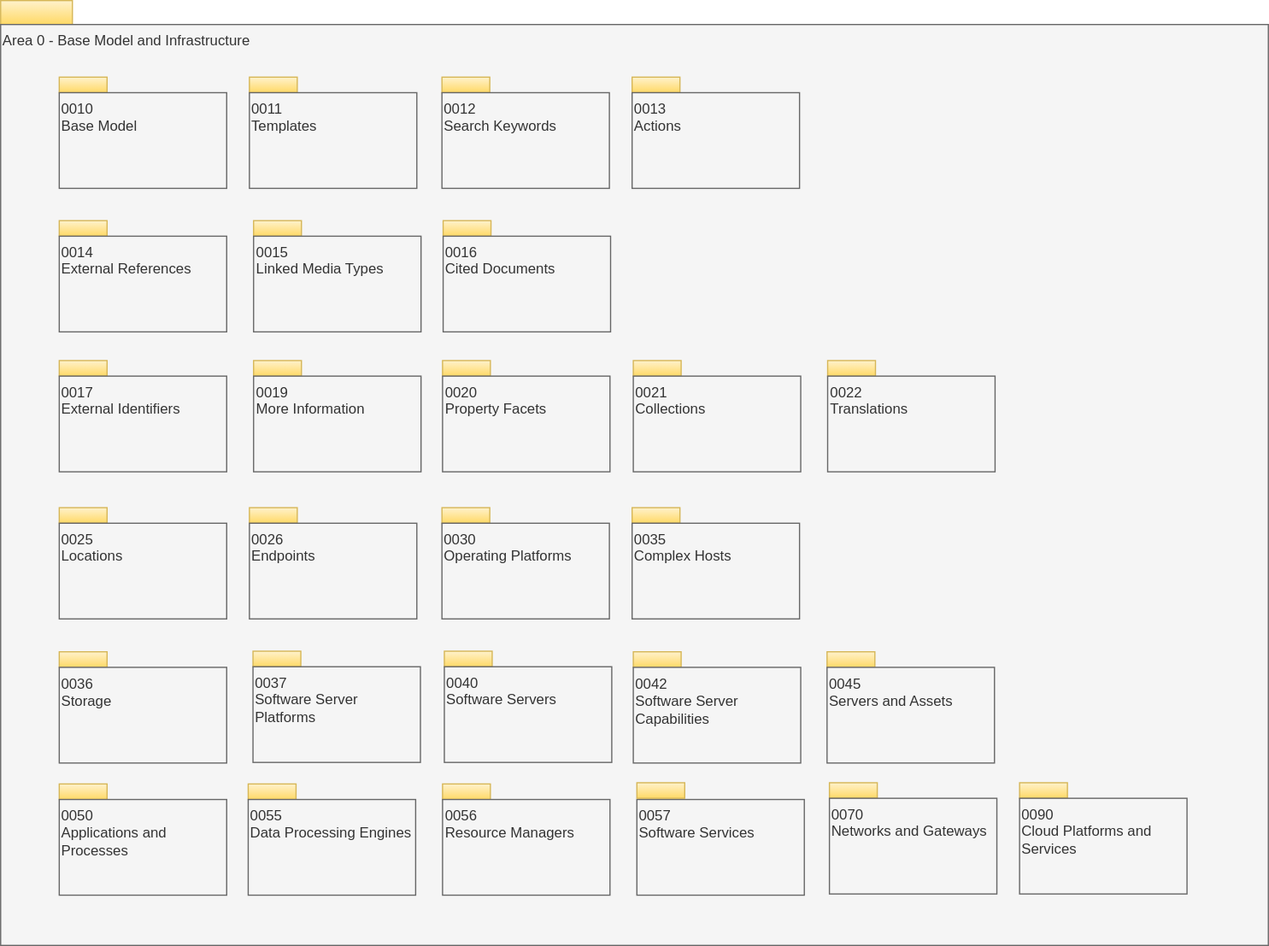
The draw.io diagram site/docs/types/0/area-0-basic-types-and-infrastructure-overview.svg in odpi/egeria-docs, before a commit. Source tidied: cells renumbered, new cells last; positions are measured from the earlier drawing's top-left corner, leaving out a move shared by most shapes.
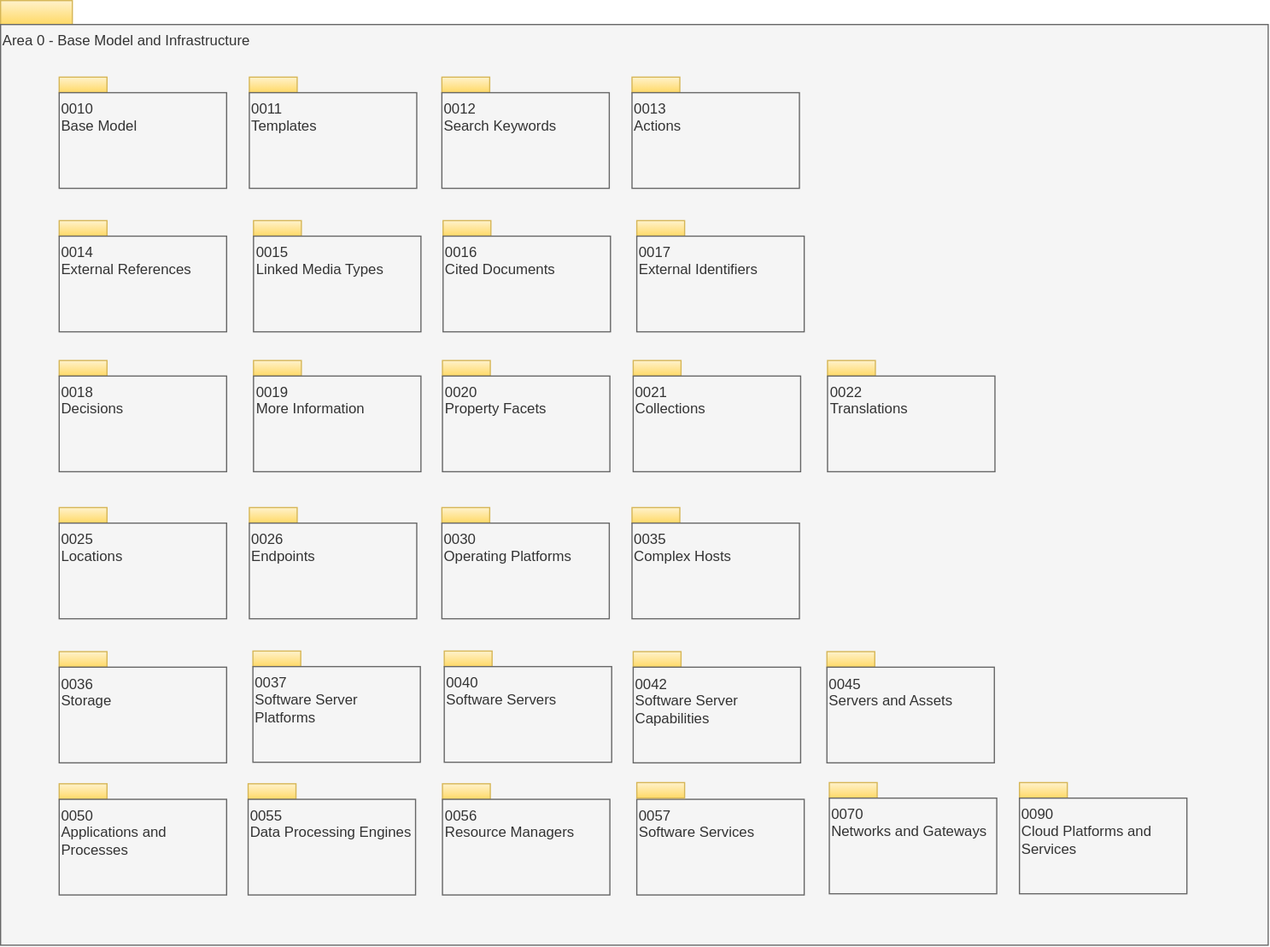
Later version of the same file.

What changed in the source:
```diff
@@ -23,7 +23,7 @@
     <mxCell id="8" style="rounded=0;whiteSpace=wrap;html=1;align=left;fillColor=#fff2cc;strokeColor=#d6b656;gradientColor=#ffd966;" parent="1" vertex="1">
       <mxGeometry x="49" y="301" width="40" height="13" as="geometry" />
     </mxCell>
-    <mxCell id="9" value="0017&lt;br&gt;External Identifiers&lt;br&gt;" style="rounded=0;whiteSpace=wrap;html=1;align=left;verticalAlign=top;fillColor=#f5f5f5;fontColor=#333333;strokeColor=#666666;" parent="1" vertex="1">
+    <mxCell id="9" value="0018&lt;br&gt;Decisions" style="rounded=0;whiteSpace=wrap;html=1;align=left;verticalAlign=top;fillColor=#f5f5f5;fontColor=#333333;strokeColor=#666666;" parent="1" vertex="1">
       <mxGeometry x="49" y="314" width="140" height="80" as="geometry" />
     </mxCell>
     <mxCell id="10" style="rounded=0;whiteSpace=wrap;html=1;align=left;fillColor=#fff2cc;strokeColor=#d6b656;gradientColor=#ffd966;" parent="1" vertex="1">
@@ -170,5 +170,11 @@
     <mxCell id="57" value="0013&lt;br&gt;Actions" style="rounded=0;whiteSpace=wrap;html=1;align=left;verticalAlign=top;fillColor=#f5f5f5;fontColor=#333333;strokeColor=#666666;" parent="1" vertex="1">
       <mxGeometry x="528" y="77" width="140" height="80" as="geometry" />
     </mxCell>
+    <mxCell id="58" style="rounded=0;whiteSpace=wrap;html=1;align=left;fillColor=#fff2cc;strokeColor=#d6b656;gradientColor=#ffd966;" parent="1" vertex="1">
+      <mxGeometry x="532" y="184" width="40" height="13" as="geometry" />
+    </mxCell>
+    <mxCell id="59" value="0017&lt;br&gt;External Identifiers&lt;br&gt;" style="rounded=0;whiteSpace=wrap;html=1;align=left;verticalAlign=top;fillColor=#f5f5f5;fontColor=#333333;strokeColor=#666666;" parent="1" vertex="1">
+      <mxGeometry x="532" y="197" width="140" height="80" as="geometry" />
+    </mxCell>
   </root>
 </mxGraphModel>
```
